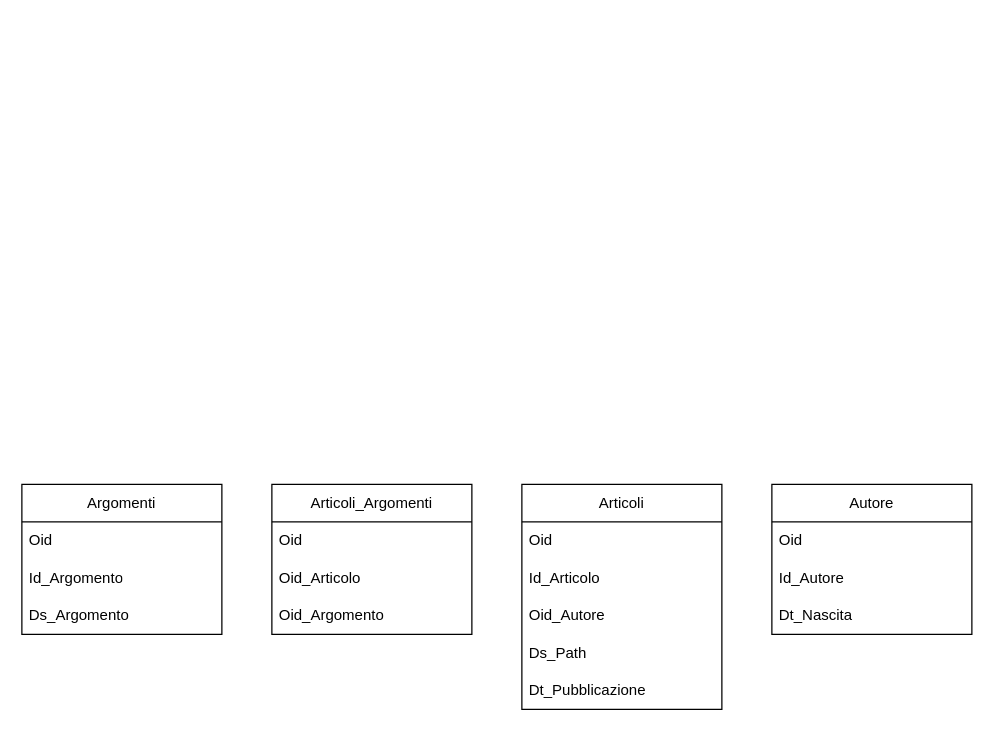
Above: page "Database" (5 of 6) of TimeTable.drawio in martinpoles/FlowChartDump (draw.io), before the change. Source tidied: cells renumbered, new cells numbered last; positions are measured from the earlier drawing's top-left corner, leaving out a move shared by most shapes. Both pictures are drawn from the tidied source at 125%, with x=0, y=0 at pixel (21, 484).
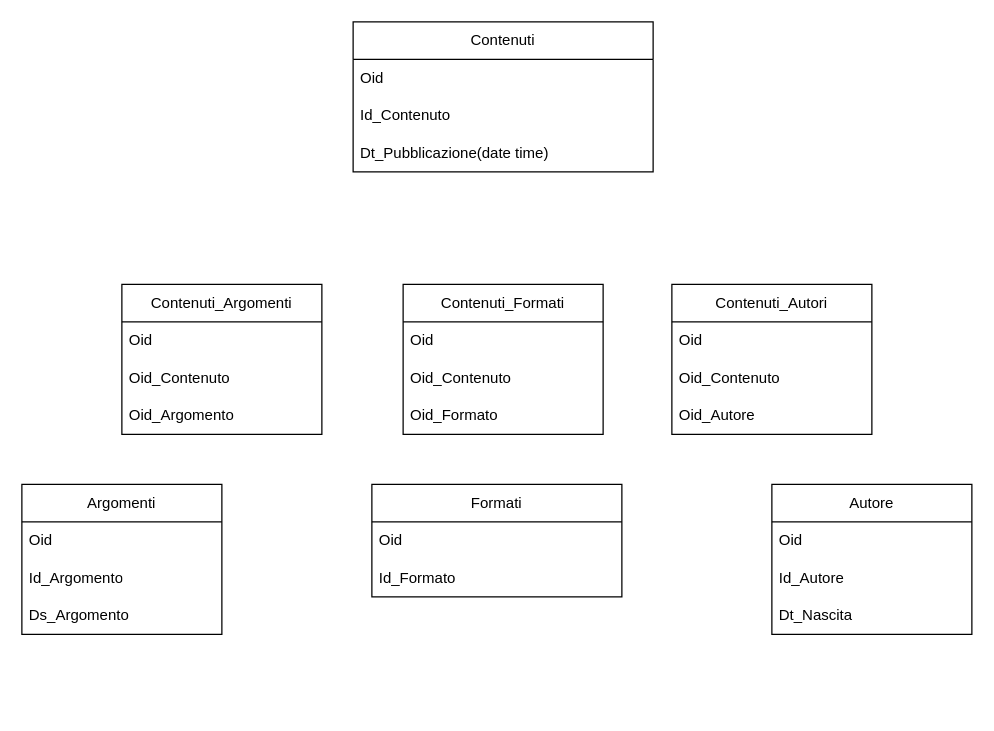
After the change.

Change to the diagram source:
```diff
@@
-    <mxCell id="2" value="Articoli" style="swimlane;fontStyle=0;horizontal=1;startSize=30;whiteSpace=wrap;html=1;" parent="1" vertex="1">
-      <mxGeometry x="400" width="160" height="180" as="geometry" />
-    </mxCell>
-    <mxCell id="3" value="Oid" style="text;strokeColor=none;fillColor=none;align=left;verticalAlign=middle;spacingLeft=4;spacingRight=4;overflow=hidden;whiteSpace=wrap;html=1;" parent="2" vertex="1">
-      <mxGeometry y="30" width="160" height="30" as="geometry" />
-    </mxCell>
-    <mxCell id="4" value="Id_Articolo" style="text;strokeColor=none;fillColor=none;align=left;verticalAlign=middle;spacingLeft=4;spacingRight=4;overflow=hidden;whiteSpace=wrap;html=1;" parent="2" vertex="1">
-      <mxGeometry y="60" width="160" height="30" as="geometry" />
-    </mxCell>
-    <mxCell id="5" value="Oid_Autore" style="text;strokeColor=none;fillColor=none;align=left;verticalAlign=middle;spacingLeft=4;spacingRight=4;overflow=hidden;whiteSpace=wrap;html=1;" parent="2" vertex="1">
-      <mxGeometry y="90" width="160" height="30" as="geometry" />
-    </mxCell>
-    <mxCell id="6" value="Ds_Path" style="text;strokeColor=none;fillColor=none;align=left;verticalAlign=middle;spacingLeft=4;spacingRight=4;overflow=hidden;whiteSpace=wrap;html=1;" parent="2" vertex="1">
-      <mxGeometry y="120" width="160" height="30" as="geometry" />
-    </mxCell>
-    <mxCell id="7" value="Dt_Pubblicazione" style="text;strokeColor=none;fillColor=none;align=left;verticalAlign=middle;spacingLeft=4;spacingRight=4;overflow=hidden;whiteSpace=wrap;html=1;" parent="2" vertex="1">
-      <mxGeometry y="150" width="160" height="30" as="geometry" />
-    </mxCell>
@@
-    <mxCell id="16" value="Articoli_Argomenti" style="swimlane;fontStyle=0;horizontal=1;startSize=30;whiteSpace=wrap;html=1;" parent="1" vertex="1">
-      <mxGeometry x="200" width="160" height="120" as="geometry" />
+    <mxCell id="16" value="Contenuti_Formati" style="swimlane;fontStyle=0;horizontal=1;startSize=30;whiteSpace=wrap;html=1;" parent="1" vertex="1">
+      <mxGeometry x="305" y="-160" width="160" height="120" as="geometry" />
     </mxCell>
@@
-    <mxCell id="18" value="Oid_Articolo" style="text;strokeColor=none;fillColor=none;align=left;verticalAlign=middle;spacingLeft=4;spacingRight=4;overflow=hidden;whiteSpace=wrap;html=1;" parent="16" vertex="1">
+    <mxCell id="18" value="Oid_Contenuto" style="text;strokeColor=none;fillColor=none;align=left;verticalAlign=middle;spacingLeft=4;spacingRight=4;overflow=hidden;whiteSpace=wrap;html=1;" parent="16" vertex="1">
       <mxGeometry y="60" width="160" height="30" as="geometry" />
     </mxCell>
-    <mxCell id="19" value="Oid_Argomento" style="text;strokeColor=none;fillColor=none;align=left;verticalAlign=middle;spacingLeft=4;spacingRight=4;overflow=hidden;whiteSpace=wrap;html=1;" parent="16" vertex="1">
+    <mxCell id="19" value="Oid_Formato" style="text;strokeColor=none;fillColor=none;align=left;verticalAlign=middle;spacingLeft=4;spacingRight=4;overflow=hidden;whiteSpace=wrap;html=1;" parent="16" vertex="1">
       <mxGeometry y="90" width="160" height="30" as="geometry" />
     </mxCell>
+    <mxCell id="20" value="Contenuti" style="swimlane;fontStyle=0;horizontal=1;startSize=30;whiteSpace=wrap;html=1;" parent="1" vertex="1">
+      <mxGeometry x="265" y="-370" width="240" height="120" as="geometry" />
+    </mxCell>
+    <mxCell id="21" value="Oid" style="text;strokeColor=none;fillColor=none;align=left;verticalAlign=middle;spacingLeft=4;spacingRight=4;overflow=hidden;whiteSpace=wrap;html=1;" parent="20" vertex="1">
+      <mxGeometry y="30" width="240" height="30" as="geometry" />
+    </mxCell>
+    <mxCell id="22" value="Id_Contenuto" style="text;strokeColor=none;fillColor=none;align=left;verticalAlign=middle;spacingLeft=4;spacingRight=4;overflow=hidden;whiteSpace=wrap;html=1;" parent="20" vertex="1">
+      <mxGeometry y="60" width="240" height="30" as="geometry" />
+    </mxCell>
+    <mxCell id="23" value="Dt_Pubblicazione(date time)" style="text;strokeColor=none;fillColor=none;align=left;verticalAlign=middle;spacingLeft=4;spacingRight=4;overflow=hidden;whiteSpace=wrap;html=1;" parent="20" vertex="1">
+      <mxGeometry y="90" width="240" height="30" as="geometry" />
+    </mxCell>
+    <mxCell id="24" value="Contenuti_Argomenti" style="swimlane;fontStyle=0;horizontal=1;startSize=30;whiteSpace=wrap;html=1;" parent="1" vertex="1">
+      <mxGeometry x="80" y="-160" width="160" height="120" as="geometry" />
+    </mxCell>
+    <mxCell id="25" value="Oid" style="text;strokeColor=none;fillColor=none;align=left;verticalAlign=middle;spacingLeft=4;spacingRight=4;overflow=hidden;whiteSpace=wrap;html=1;" parent="24" vertex="1">
+      <mxGeometry y="30" width="160" height="30" as="geometry" />
+    </mxCell>
+    <mxCell id="26" value="Oid_Contenuto" style="text;strokeColor=none;fillColor=none;align=left;verticalAlign=middle;spacingLeft=4;spacingRight=4;overflow=hidden;whiteSpace=wrap;html=1;" parent="24" vertex="1">
+      <mxGeometry y="60" width="160" height="30" as="geometry" />
+    </mxCell>
+    <mxCell id="27" value="Oid_Argomento" style="text;strokeColor=none;fillColor=none;align=left;verticalAlign=middle;spacingLeft=4;spacingRight=4;overflow=hidden;whiteSpace=wrap;html=1;" parent="24" vertex="1">
+      <mxGeometry y="90" width="160" height="30" as="geometry" />
+    </mxCell>
+    <mxCell id="28" value="Formati" style="swimlane;fontStyle=0;horizontal=1;startSize=30;whiteSpace=wrap;html=1;" parent="1" vertex="1">
+      <mxGeometry x="280" width="200" height="90" as="geometry" />
+    </mxCell>
+    <mxCell id="29" value="Oid" style="text;strokeColor=none;fillColor=none;align=left;verticalAlign=middle;spacingLeft=4;spacingRight=4;overflow=hidden;whiteSpace=wrap;html=1;" parent="28" vertex="1">
+      <mxGeometry y="30" width="200" height="30" as="geometry" />
+    </mxCell>
+    <mxCell id="30" value="Id_Formato" style="text;strokeColor=none;fillColor=none;align=left;verticalAlign=middle;spacingLeft=4;spacingRight=4;overflow=hidden;whiteSpace=wrap;html=1;" parent="28" vertex="1">
+      <mxGeometry y="60" width="200" height="30" as="geometry" />
+    </mxCell>
+    <mxCell id="31" value="Contenuti_Autori" style="swimlane;fontStyle=0;horizontal=1;startSize=30;whiteSpace=wrap;html=1;" parent="1" vertex="1">
+      <mxGeometry x="520" y="-160" width="160" height="120" as="geometry" />
+    </mxCell>
+    <mxCell id="32" value="Oid" style="text;strokeColor=none;fillColor=none;align=left;verticalAlign=middle;spacingLeft=4;spacingRight=4;overflow=hidden;whiteSpace=wrap;html=1;" parent="31" vertex="1">
+      <mxGeometry y="30" width="160" height="30" as="geometry" />
+    </mxCell>
+    <mxCell id="33" value="Oid_Contenuto" style="text;strokeColor=none;fillColor=none;align=left;verticalAlign=middle;spacingLeft=4;spacingRight=4;overflow=hidden;whiteSpace=wrap;html=1;" parent="31" vertex="1">
+      <mxGeometry y="60" width="160" height="30" as="geometry" />
+    </mxCell>
+    <mxCell id="5" value="Oid_Autore" style="text;strokeColor=none;fillColor=none;align=left;verticalAlign=middle;spacingLeft=4;spacingRight=4;overflow=hidden;whiteSpace=wrap;html=1;" parent="31" vertex="1">
+      <mxGeometry y="90" width="160" height="30" as="geometry" />
+    </mxCell>
```
